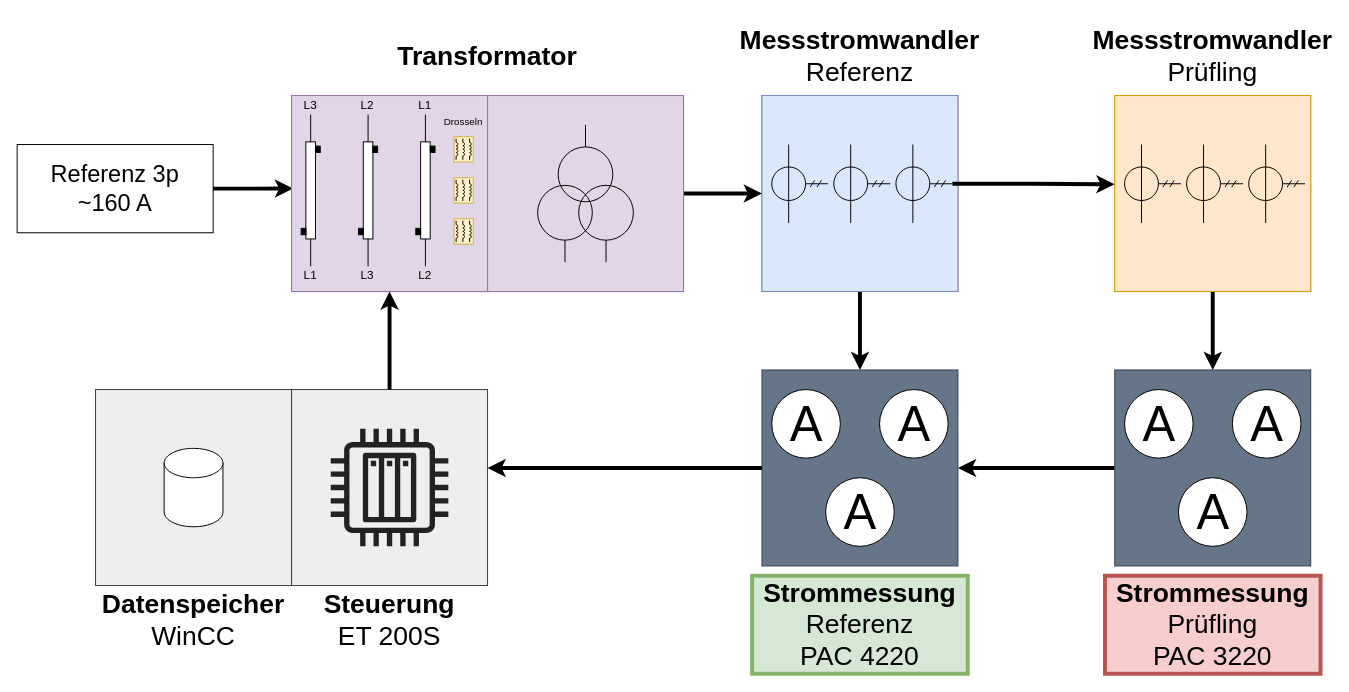
Above: 03_Ressourcen/zeichnungen/aufbau_hochstrom_pruefstand_new.drawio in oliverschmidt99/Kolloquium-Fremdfeldbeeinflussung-Messstromwandler (draw.io), before the change. Source tidied: cells renumbered, new cells numbered last; positions are measured from the earlier drawing's top-left corner, leaving out a move shared by most shapes. Both pictures are drawn from the tidied source at 98%, with x=0, y=0 at pixel (17, 17).
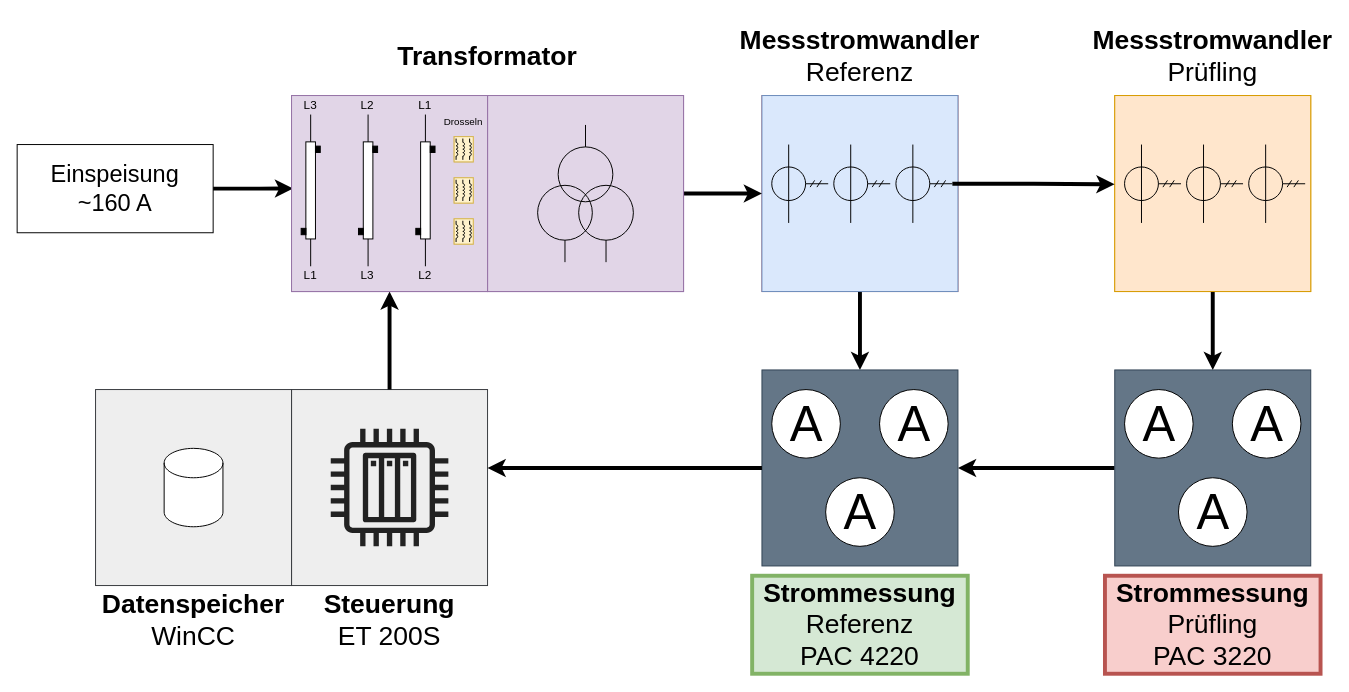
The same diagram, later.

The edit, as a diff of the source:
```diff
@@
-    <mxCell id="12" value="&lt;font style=&quot;font-size: 24px;&quot;&gt;Referenz 3p&lt;/font&gt;&lt;div&gt;&lt;font style=&quot;font-size: 24px;&quot;&gt;~160 A&lt;/font&gt;&lt;/div&gt;" style="rounded=0;whiteSpace=wrap;html=1;" parent="1" vertex="1">
+    <mxCell id="12" value="&lt;font style=&quot;font-size: 24px;&quot;&gt;Einspeisung&lt;/font&gt;&lt;div&gt;&lt;font style=&quot;font-size: 24px;&quot;&gt;~160 A&lt;/font&gt;&lt;/div&gt;" style="rounded=0;whiteSpace=wrap;html=1;" parent="1" vertex="1">
       <mxGeometry y="130" width="200" height="90" as="geometry" />
     </mxCell>
```
